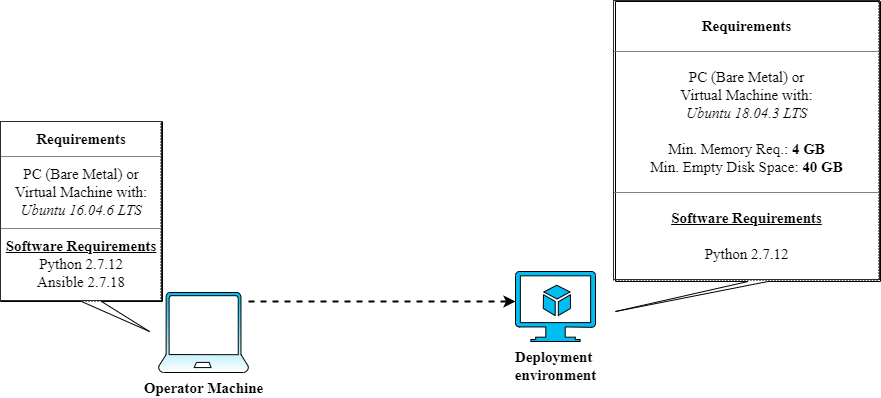
This is images/environment_description.png from LABORA-INF-UFG/oaisim-free5gc-install, a draw.io export, as it was before one commit. Source tidied: cells renumbered, new cells last; positions are measured from the earlier drawing's top-left corner, leaving out a move shared by most shapes.
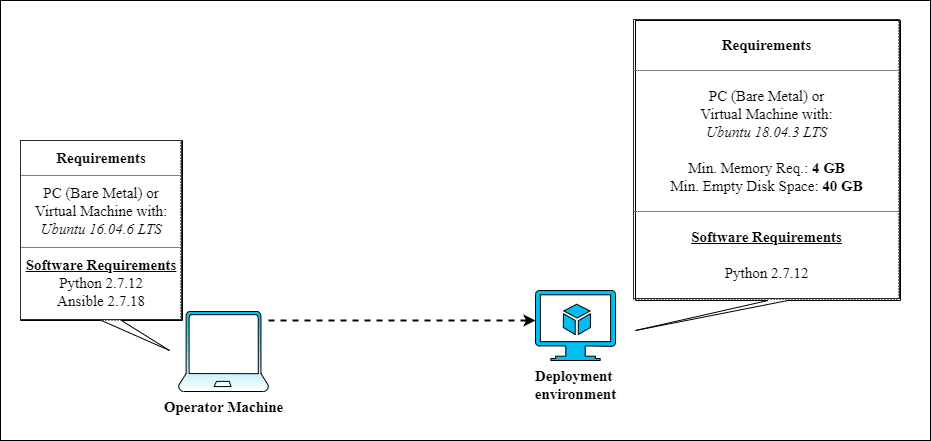
After the commit.

Change to the diagram source:
```diff
@@ -2,6 +2,9 @@
   <root>
     <mxCell id="0" />
     <mxCell id="1" parent="0" />
+    <mxCell id="9" style="rounded=0;whiteSpace=wrap;html=1;" parent="1" vertex="1">
+      <mxGeometry x="-20" y="-19" width="930" height="440" as="geometry" />
+    </mxCell>
     <mxCell id="2" style="edgeStyle=orthogonalEdgeStyle;rounded=0;jettySize=auto;html=1;dashed=1;strokeWidth=2;" parent="1" edge="1" source="3" target="4">
       <mxGeometry relative="1" as="geometry">
         <Array as="points">
```
